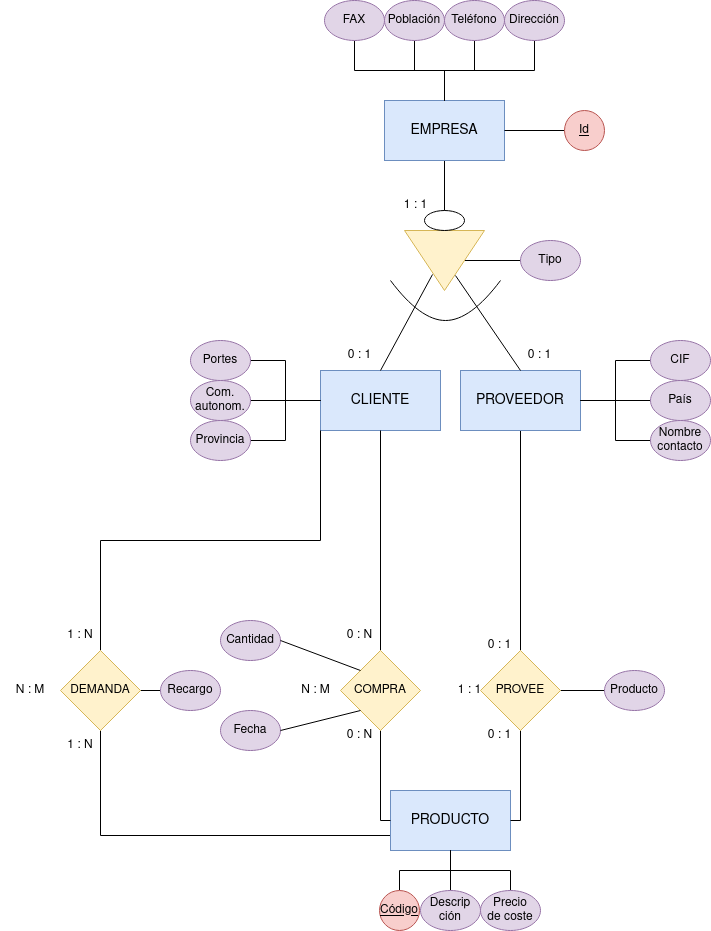
Before: Unidad-2/Tareas-entregables/entregable-4/images/Tarea-entregable-4.png, a diagram exported from draw.io (IsaiasTolP/Base-Datos). Source tidied: cells renumbered, new cells last; positions are measured from the earlier drawing's top-left corner, leaving out a move shared by most shapes.
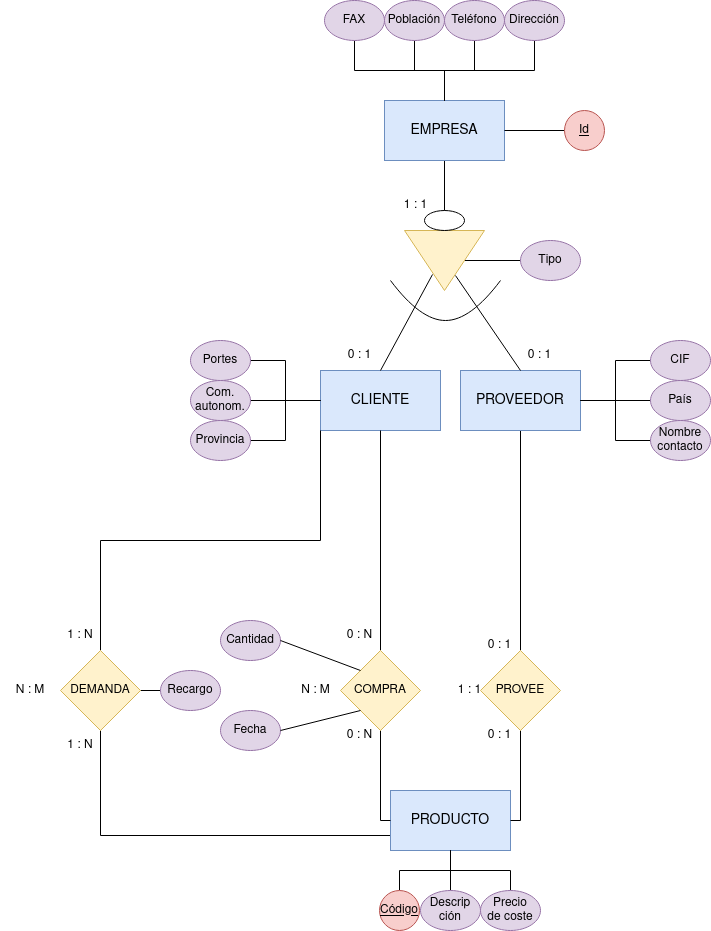
Above is the later version.

Diff of the diagram source:
```diff
@@ -123,9 +123,6 @@
         </Array>
       </mxGeometry>
     </mxCell>
-    <mxCell id="41" style="edgeStyle=orthogonalEdgeStyle;rounded=0;jettySize=auto;html=1;endArrow=none;endFill=0;" parent="1" edge="1" source="42" target="70">
-      <mxGeometry relative="1" as="geometry" />
-    </mxCell>
     <mxCell id="42" value="PROVEE" style="rhombus;whiteSpace=wrap;html=1;fillColor=#fff2cc;strokeColor=#d6b656;" parent="1" vertex="1">
       <mxGeometry x="480" y="650" width="80" height="80" as="geometry" />
     </mxCell>
@@ -221,8 +218,5 @@
     <mxCell id="69" value="N : M" style="text;html=1;strokeColor=none;fillColor=none;align=center;verticalAlign=middle;whiteSpace=wrap;rounded=0;" parent="1" vertex="1">
       <mxGeometry y="675" width="60" height="30" as="geometry" />
     </mxCell>
-    <mxCell id="70" value="Producto" style="ellipse;whiteSpace=wrap;html=1;fillColor=#e1d5e7;strokeColor=#9673a6;" parent="1" vertex="1">
-      <mxGeometry x="604" y="670" width="60" height="40" as="geometry" />
-    </mxCell>
   </root>
 </mxGraphModel>
```
